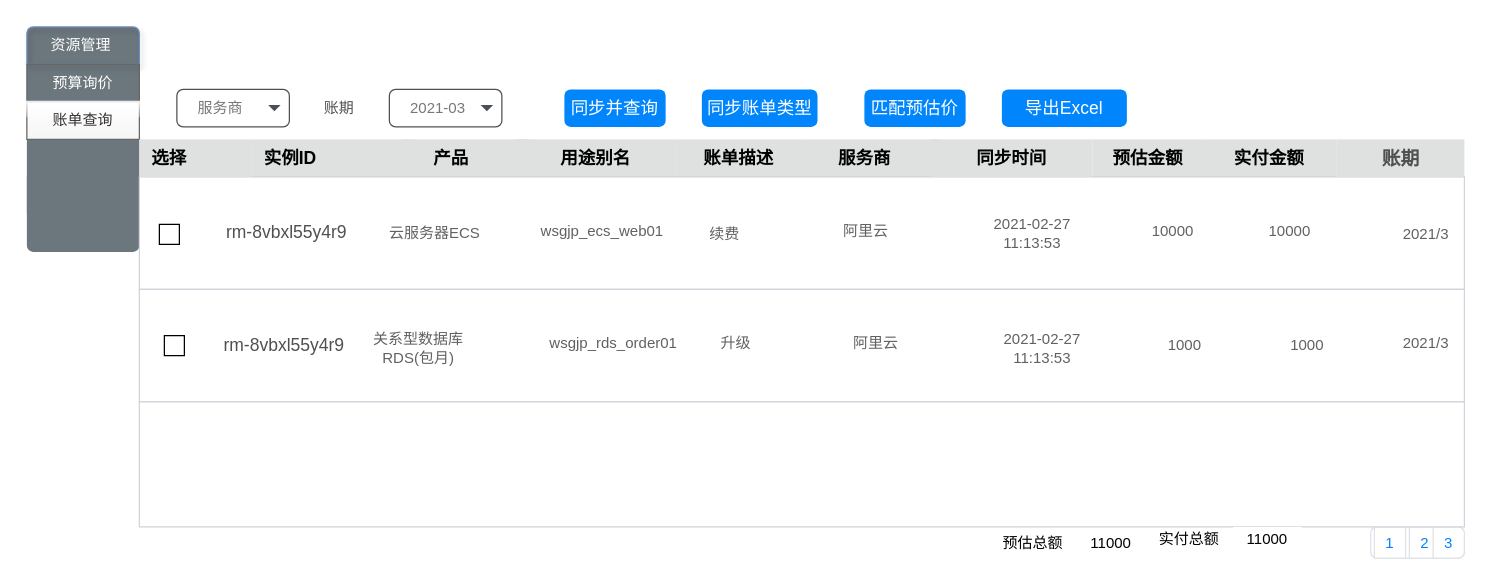
The draw.io diagram page "账单查询" (3 of 10) of 阿里云交易.drawio in mashifei/uml, before the edit. Source tidied: cells renumbered, new cells numbered last; positions are measured from the earlier drawing's top-left corner, leaving out a move shared by most shapes. Both pictures are drawn from the tidied source at 125%, with x=0, y=0 at pixel (26, 26).
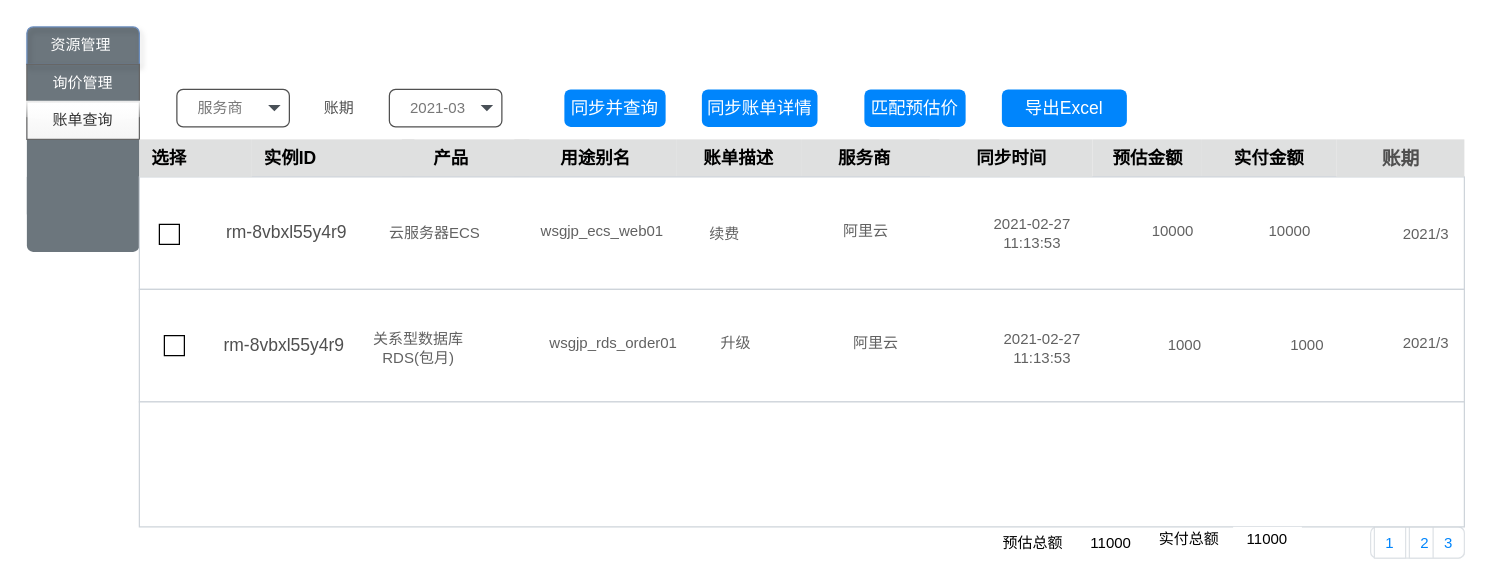
After the change.

The change refers to these unchanged cells:
```xml
<mxCell id="2" style="html=1;shadow=0;dashed=0;shape=mxgraph.bootstrap.rrect;rSize=5;strokeColor=none;html=1;whiteSpace=wrap;fillColor=#6C767D;fontColor=#ffffff;" parent="1" vertex="1">
  <mxGeometry width="90" height="180" as="geometry" />
</mxCell>
```

Change to the diagram source:
```diff
@@
-    <mxCell id="4" value="预算询价" style="strokeColor=#666666;html=1;shadow=0;dashed=0;perimeter=none;whiteSpace=wrap;gradientColor=#ffffff;glass=0;gradientDirection=north;fillColor=none;fontColor=#FFFFFF;" parent="2" vertex="1">
+    <mxCell id="4" value="询价管理" style="strokeColor=#666666;html=1;shadow=0;dashed=0;perimeter=none;whiteSpace=wrap;gradientColor=#ffffff;glass=0;gradientDirection=north;fillColor=none;fontColor=#FFFFFF;" parent="2" vertex="1">
       <mxGeometry width="90" height="30" relative="1" as="geometry">
         <mxPoint y="30" as="offset" />
       </mxGeometry>
     </mxCell>
@@
-    <mxCell id="57" value="同步账单类型" style="html=1;shadow=0;dashed=0;shape=mxgraph.bootstrap.rrect;rSize=5;strokeColor=none;strokeWidth=1;fillColor=#0085FC;fontColor=#FFFFFF;whiteSpace=wrap;align=center;verticalAlign=middle;spacingLeft=0;fontStyle=0;fontSize=14;spacing=5;rounded=0;sketch=0;" parent="1" vertex="1">
+    <mxCell id="57" value="同步账单详情" style="html=1;shadow=0;dashed=0;shape=mxgraph.bootstrap.rrect;rSize=5;strokeColor=none;strokeWidth=1;fillColor=#0085FC;fontColor=#FFFFFF;whiteSpace=wrap;align=center;verticalAlign=middle;spacingLeft=0;fontStyle=0;fontSize=14;spacing=5;rounded=0;sketch=0;" parent="1" vertex="1">
       <mxGeometry x="540" y="50" width="92.5" height="30" as="geometry" />
     </mxCell>
```
